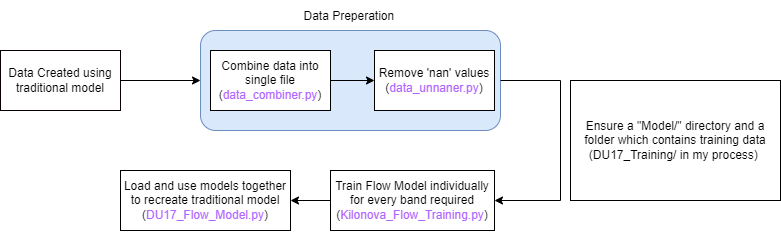
Earlier version of the draw.io export Flow Chart.png (TWallace-42/KilonovaML). Source tidied: cells renumbered, new cells last; positions are measured from the earlier drawing's top-left corner, leaving out a move shared by most shapes. Source of this version:
```xml
<mxGraphModel>
  <root>
    <mxCell id="0" />
    <mxCell id="1" parent="0" />
    <mxCell id="2" value="Data Created using traditional model" style="rounded=0;whiteSpace=wrap;html=1;fillColor=none;strokeColor=#080004;" parent="1" vertex="1">
      <mxGeometry y="50" width="120" height="60" as="geometry" />
    </mxCell>
    <mxCell id="3" style="endArrow=classic;html=1;rounded=0;exitX=1;exitY=0.5;exitDx=0;exitDy=0;" parent="1" edge="1" source="2">
      <mxGeometry relative="1" as="geometry">
        <mxPoint x="200" y="80" as="targetPoint" />
      </mxGeometry>
    </mxCell>
    <mxCell id="4" style="rounded=1;whiteSpace=wrap;html=1;fillColor=#dae8fc;strokeColor=#6c8ebf;" parent="1" vertex="1">
      <mxGeometry x="200" y="30" width="300" height="100" as="geometry" />
    </mxCell>
    <mxCell id="5" value="Combine data into single file&lt;br&gt;(&lt;font color=&quot;#b266ff&quot;&gt;data_combiner.py&lt;/font&gt;)" style="rounded=0;whiteSpace=wrap;html=1;" parent="1" vertex="1">
      <mxGeometry x="210" y="50" width="120" height="60" as="geometry" />
    </mxCell>
    <mxCell id="6" style="endArrow=classic;html=1;rounded=0;exitX=1;exitY=0.5;exitDx=0;exitDy=0;entryX=0;entryY=0.5;entryDx=0;entryDy=0;" parent="1" edge="1" source="5" target="7">
      <mxGeometry relative="1" as="geometry" />
    </mxCell>
    <mxCell id="7" value="Remove 'nan' values&lt;br&gt;(&lt;font color=&quot;#b266ff&quot;&gt;data_unnaner.py&lt;/font&gt;)" style="rounded=0;whiteSpace=wrap;html=1;" parent="1" vertex="1">
      <mxGeometry x="374" y="50" width="120" height="60" as="geometry" />
    </mxCell>
    <mxCell id="8" style="endArrow=classic;html=1;rounded=0;exitX=1;exitY=0.5;exitDx=0;exitDy=0;entryX=1;entryY=0.5;entryDx=0;entryDy=0;" parent="1" edge="1" source="4" target="9">
      <mxGeometry relative="1" as="geometry">
        <Array as="points">
          <mxPoint x="560" y="80" />
          <mxPoint x="560" y="200" />
        </Array>
      </mxGeometry>
    </mxCell>
    <mxCell id="9" value="Train Flow Model individually for every band required&lt;br&gt;(&lt;font color=&quot;#b266ff&quot;&gt;Kilonova_Flow_Training.py&lt;/font&gt;)" style="rounded=0;whiteSpace=wrap;html=1;" parent="1" vertex="1">
      <mxGeometry x="330" y="170" width="164" height="60" as="geometry" />
    </mxCell>
    <mxCell id="10" value="Ensure a &quot;Model/&quot; directory and a folder which contains training data (DU17_Training/ in my process)&amp;nbsp;" style="rounded=0;whiteSpace=wrap;html=1;" parent="1" vertex="1">
      <mxGeometry x="570" y="80" width="210" height="120" as="geometry" />
    </mxCell>
    <mxCell id="11" value="Load and use models together to recreate traditional model&lt;br&gt;(&lt;font color=&quot;#b266ff&quot;&gt;DU17_Flow_Model.py&lt;/font&gt;)" style="rounded=0;whiteSpace=wrap;html=1;" parent="1" vertex="1">
      <mxGeometry x="120" y="170" width="170" height="60" as="geometry" />
    </mxCell>
    <mxCell id="12" style="endArrow=classic;html=1;rounded=0;exitX=0;exitY=0.5;exitDx=0;exitDy=0;entryX=1;entryY=0.5;entryDx=0;entryDy=0;" parent="1" edge="1" source="9" target="11">
      <mxGeometry relative="1" as="geometry" />
    </mxCell>
    <mxCell id="13" value="Data Preperation" style="text;align=left;verticalAlign=middle;spacingLeft=4;spacingRight=4;overflow=hidden;fillColor=none;strokeColor=none;rounded=0;" parent="1" vertex="1">
      <mxGeometry x="297.5" width="105" height="30" as="geometry" />
    </mxCell>
  </root>
</mxGraphModel>
```
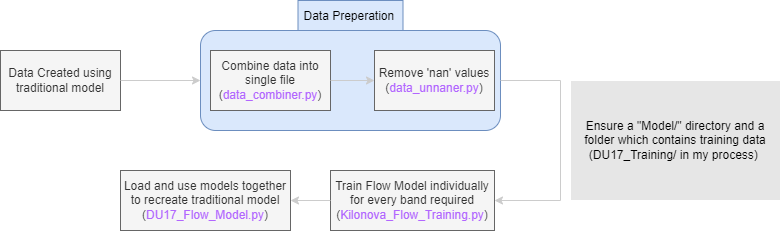
After the change.

The edit, as a diff of the source:
```diff
@@ -2,10 +2,10 @@
   <root>
     <mxCell id="0" />
     <mxCell id="1" parent="0" />
-    <mxCell id="2" value="Data Created using traditional model" style="rounded=0;whiteSpace=wrap;html=1;fillColor=none;strokeColor=#080004;" parent="1" vertex="1">
+    <mxCell id="2" value="Data Created using traditional model" style="rounded=0;whiteSpace=wrap;html=1;fillColor=#f5f5f5;strokeColor=#666666;fontColor=#333333;" parent="1" vertex="1">
       <mxGeometry y="50" width="120" height="60" as="geometry" />
     </mxCell>
-    <mxCell id="3" style="endArrow=classic;html=1;rounded=0;exitX=1;exitY=0.5;exitDx=0;exitDy=0;" parent="1" edge="1" source="2">
+    <mxCell id="3" style="endArrow=classic;html=1;rounded=0;exitX=1;exitY=0.5;exitDx=0;exitDy=0;strokeColor=#CCCCCC;" parent="1" edge="1" source="2">
       <mxGeometry relative="1" as="geometry">
         <mxPoint x="200" y="80" as="targetPoint" />
       </mxGeometry>
@@ -13,16 +13,16 @@
     <mxCell id="4" style="rounded=1;whiteSpace=wrap;html=1;fillColor=#dae8fc;strokeColor=#6c8ebf;" parent="1" vertex="1">
       <mxGeometry x="200" y="30" width="300" height="100" as="geometry" />
     </mxCell>
-    <mxCell id="5" value="Combine data into single file&lt;br&gt;(&lt;font color=&quot;#b266ff&quot;&gt;data_combiner.py&lt;/font&gt;)" style="rounded=0;whiteSpace=wrap;html=1;" parent="1" vertex="1">
+    <mxCell id="5" value="Combine data into single file&lt;br&gt;(&lt;font color=&quot;#b266ff&quot;&gt;data_combiner.py&lt;/font&gt;)" style="rounded=0;whiteSpace=wrap;html=1;strokeColor=#666666;fillColor=#f5f5f5;fontColor=#333333;" parent="1" vertex="1">
       <mxGeometry x="210" y="50" width="120" height="60" as="geometry" />
     </mxCell>
-    <mxCell id="6" style="endArrow=classic;html=1;rounded=0;exitX=1;exitY=0.5;exitDx=0;exitDy=0;entryX=0;entryY=0.5;entryDx=0;entryDy=0;" parent="1" edge="1" source="5" target="7">
+    <mxCell id="6" style="endArrow=classic;html=1;rounded=0;exitX=1;exitY=0.5;exitDx=0;exitDy=0;entryX=0;entryY=0.5;entryDx=0;entryDy=0;strokeColor=#CCCCCC;" parent="1" edge="1" source="5" target="7">
       <mxGeometry relative="1" as="geometry" />
     </mxCell>
-    <mxCell id="7" value="Remove 'nan' values&lt;br&gt;(&lt;font color=&quot;#b266ff&quot;&gt;data_unnaner.py&lt;/font&gt;)" style="rounded=0;whiteSpace=wrap;html=1;" parent="1" vertex="1">
+    <mxCell id="7" value="Remove 'nan' values&lt;br&gt;(&lt;font color=&quot;#b266ff&quot;&gt;data_unnaner.py&lt;/font&gt;)" style="rounded=0;whiteSpace=wrap;html=1;strokeColor=#666666;fillColor=#f5f5f5;fontColor=#333333;" parent="1" vertex="1">
       <mxGeometry x="374" y="50" width="120" height="60" as="geometry" />
     </mxCell>
-    <mxCell id="8" style="endArrow=classic;html=1;rounded=0;exitX=1;exitY=0.5;exitDx=0;exitDy=0;entryX=1;entryY=0.5;entryDx=0;entryDy=0;" parent="1" edge="1" source="4" target="9">
+    <mxCell id="8" style="endArrow=classic;html=1;rounded=0;exitX=1;exitY=0.5;exitDx=0;exitDy=0;entryX=1;entryY=0.5;entryDx=0;entryDy=0;strokeColor=#CCCCCC;" parent="1" edge="1" source="4" target="9">
       <mxGeometry relative="1" as="geometry">
         <Array as="points">
           <mxPoint x="560" y="80" />
@@ -30,19 +30,19 @@
         </Array>
       </mxGeometry>
     </mxCell>
-    <mxCell id="9" value="Train Flow Model individually for every band required&lt;br&gt;(&lt;font color=&quot;#b266ff&quot;&gt;Kilonova_Flow_Training.py&lt;/font&gt;)" style="rounded=0;whiteSpace=wrap;html=1;" parent="1" vertex="1">
+    <mxCell id="9" value="Train Flow Model individually for every band required&lt;br&gt;(&lt;font color=&quot;#b266ff&quot;&gt;Kilonova_Flow_Training.py&lt;/font&gt;)" style="rounded=0;whiteSpace=wrap;html=1;strokeColor=#666666;fillColor=#f5f5f5;fontColor=#333333;" parent="1" vertex="1">
       <mxGeometry x="330" y="170" width="164" height="60" as="geometry" />
     </mxCell>
-    <mxCell id="10" value="Ensure a &quot;Model/&quot; directory and a folder which contains training data (DU17_Training/ in my process)&amp;nbsp;" style="rounded=0;whiteSpace=wrap;html=1;" parent="1" vertex="1">
+    <mxCell id="10" value="Ensure a &quot;Model/&quot; directory and a folder which contains training data (DU17_Training/ in my process)&amp;nbsp;" style="rounded=0;whiteSpace=wrap;html=1;strokeColor=#FFFFFF;fillColor=#E6E6E6;" parent="1" vertex="1">
       <mxGeometry x="570" y="80" width="210" height="120" as="geometry" />
     </mxCell>
-    <mxCell id="11" value="Load and use models together to recreate traditional model&lt;br&gt;(&lt;font color=&quot;#b266ff&quot;&gt;DU17_Flow_Model.py&lt;/font&gt;)" style="rounded=0;whiteSpace=wrap;html=1;" parent="1" vertex="1">
+    <mxCell id="11" value="Load and use models together to recreate traditional model&lt;br&gt;(&lt;font color=&quot;#b266ff&quot;&gt;DU17_Flow_Model.py&lt;/font&gt;)" style="rounded=0;whiteSpace=wrap;html=1;strokeColor=#666666;fillColor=#f5f5f5;fontColor=#333333;" parent="1" vertex="1">
       <mxGeometry x="120" y="170" width="170" height="60" as="geometry" />
     </mxCell>
-    <mxCell id="12" style="endArrow=classic;html=1;rounded=0;exitX=0;exitY=0.5;exitDx=0;exitDy=0;entryX=1;entryY=0.5;entryDx=0;entryDy=0;" parent="1" edge="1" source="9" target="11">
+    <mxCell id="12" style="endArrow=classic;html=1;rounded=0;exitX=0;exitY=0.5;exitDx=0;exitDy=0;entryX=1;entryY=0.5;entryDx=0;entryDy=0;strokeColor=#CCCCCC;" parent="1" edge="1" source="9" target="11">
       <mxGeometry relative="1" as="geometry" />
     </mxCell>
-    <mxCell id="13" value="Data Preperation" style="text;align=left;verticalAlign=middle;spacingLeft=4;spacingRight=4;overflow=hidden;fillColor=none;strokeColor=none;rounded=0;" parent="1" vertex="1">
+    <mxCell id="13" value="Data Preperation" style="text;align=left;verticalAlign=middle;spacingLeft=4;spacingRight=4;overflow=hidden;fillColor=#dae8fc;strokeColor=#6c8ebf;rounded=0;" parent="1" vertex="1">
       <mxGeometry x="297.5" width="105" height="30" as="geometry" />
     </mxCell>
   </root>
```
